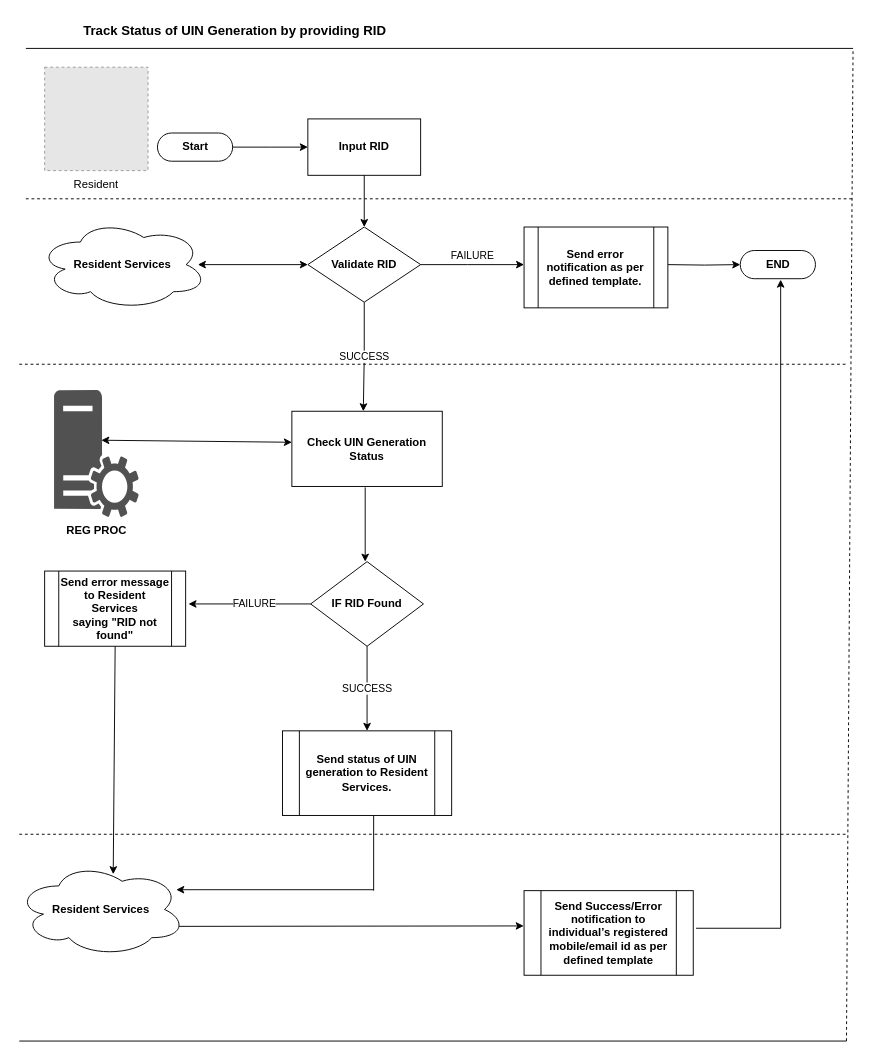
Before: page "MOS-23861" (2 of 12) of _files/requirements/final_process_flows/Resident Service.drawio in ssenmosip/mosip-temp-documentation, a draw.io diagram. Source tidied: cells renumbered, new cells numbered last; positions are measured from the earlier drawing's top-left corner, leaving out a move shared by most shapes. Both pictures are drawn from the tidied source at 94%, with x=0, y=0 at pixel (16, 16). Pictures stored in the file or linked from it are replaced by grey dashed boxes.
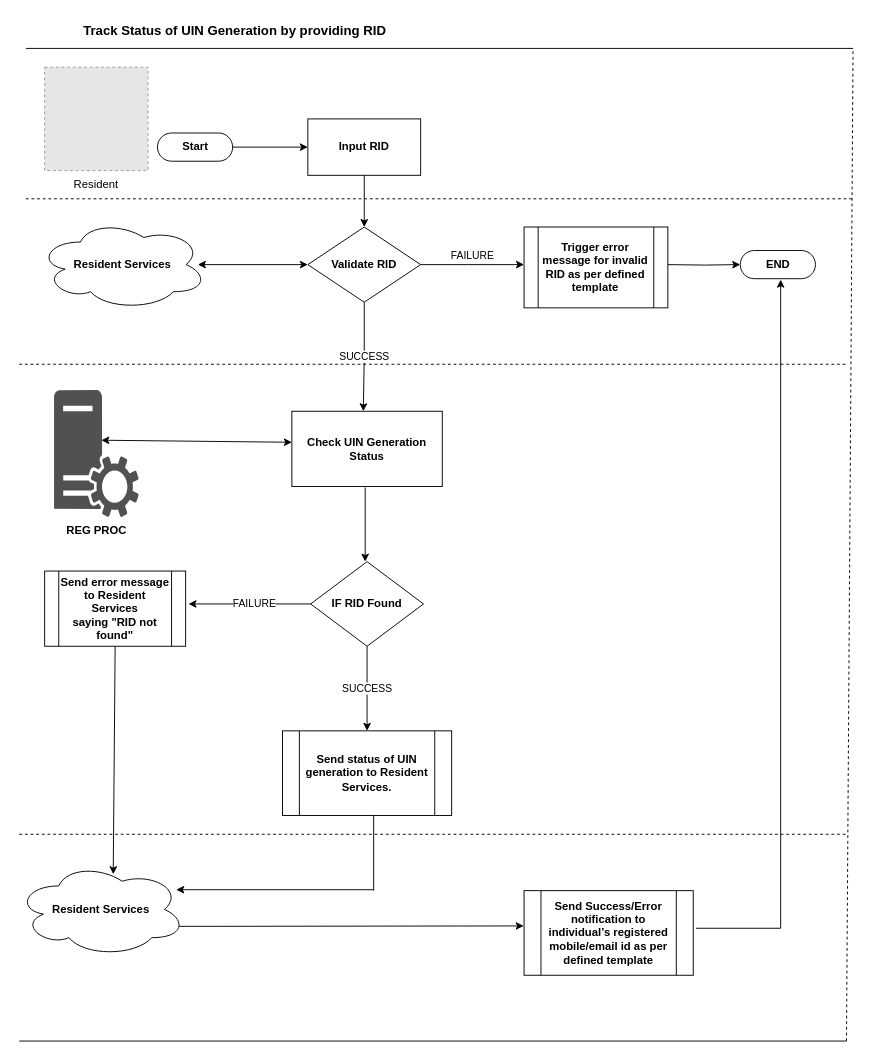
The same diagram, later.

The edit, as a diff of the source:
```diff
@@
-    <mxCell id="13" value="&lt;b style=&quot;white-space: normal&quot;&gt;Send error notification as per defined template.&lt;/b&gt;" style="shape=process;whiteSpace=wrap;html=1;backgroundOutline=1;" parent="1" vertex="1">
+    <mxCell id="13" value="&lt;b&gt;Trigger error message for invalid RID as per defined template&lt;/b&gt;" style="shape=process;whiteSpace=wrap;html=1;backgroundOutline=1;" parent="1" vertex="1">
       <mxGeometry x="540" y="224" width="153" height="86" as="geometry" />
     </mxCell>
```
